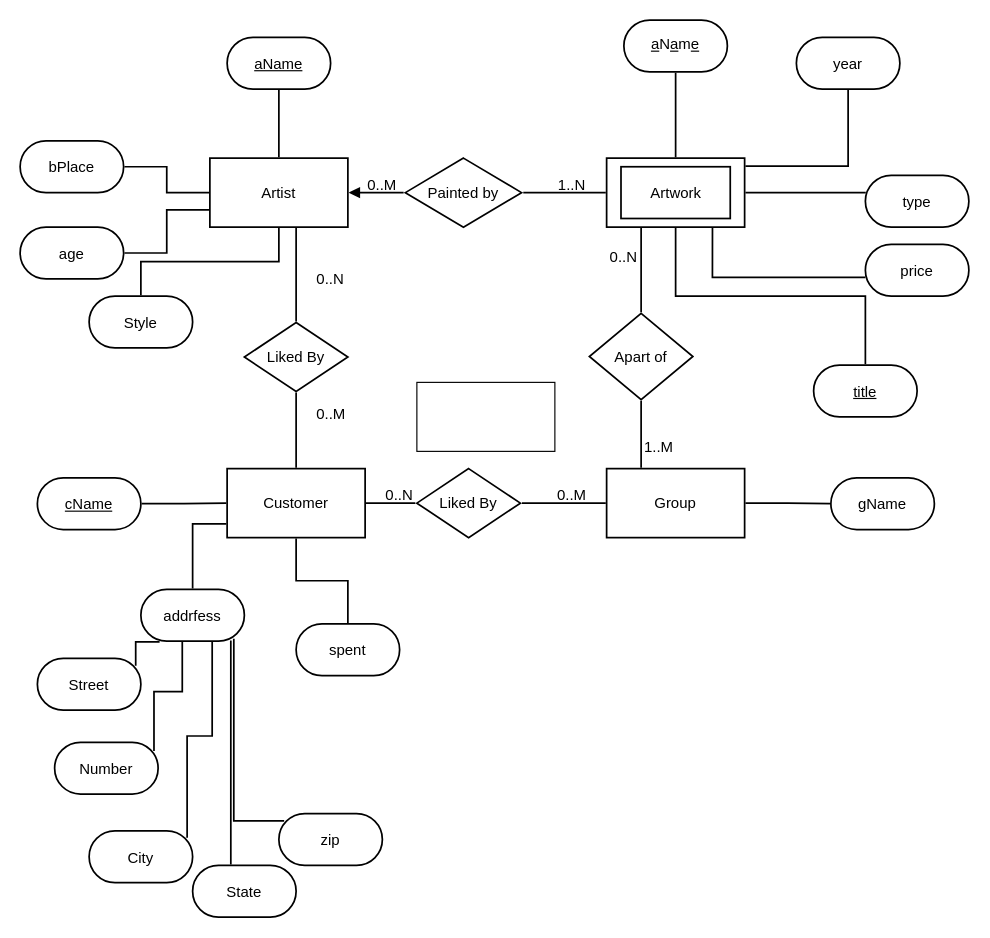
Earlier version of the draw.io diagram DBHW2.drawio (charanb2000/dbHW2). Source tidied: cells renumbered, new cells numbered last; positions are measured from the earlier drawing's top-left corner, leaving out a move shared by most shapes. Both pictures are drawn from the tidied source at 115%, with x=0, y=0 at pixel (20, 20).
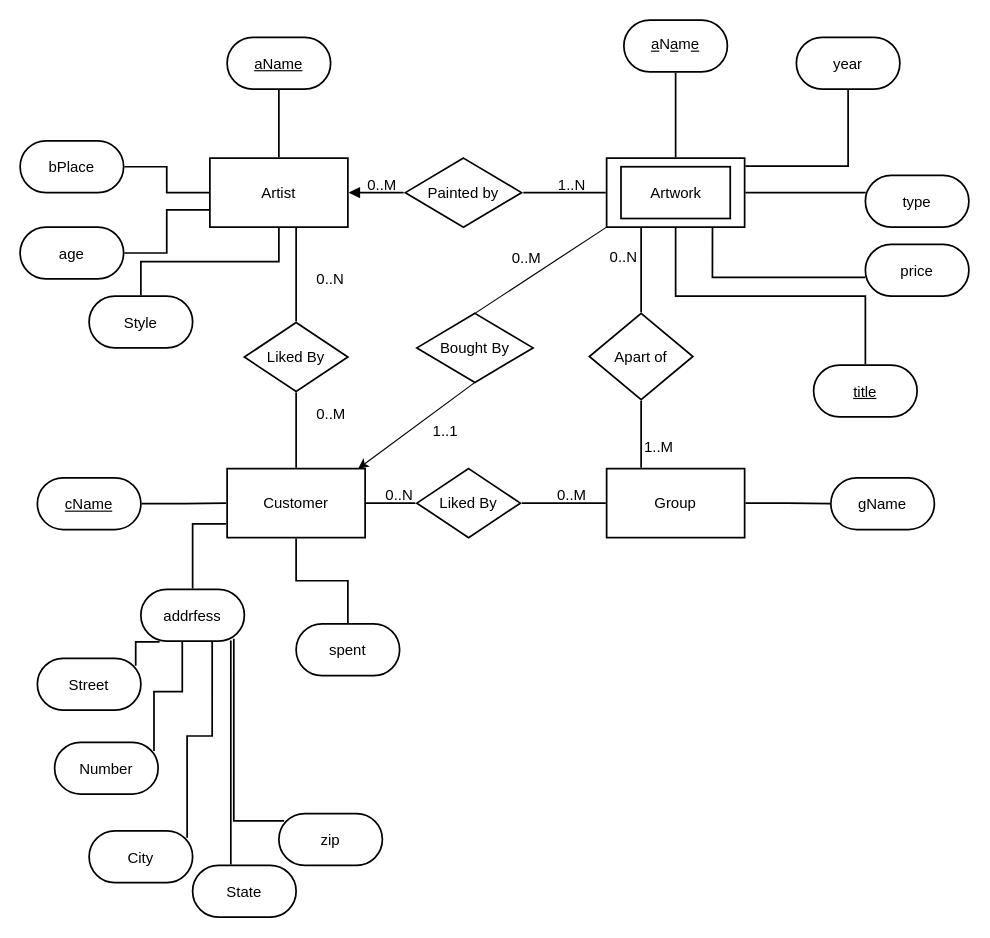
After the change.

Unchanged cells that the change refers to:
```xml
<mxCell id="11" value="Artwork" style="html=1;overflow=block;blockSpacing=1;whiteSpace=wrap;whiteSpace=wrap;fontSize=13;fontColor=#000000;spacing=9;strokeOpacity=100;strokeWidth=1.5;" parent="1" vertex="1">
  <mxGeometry x="510" y="120" width="120" height="60" as="geometry" />
</mxCell>
<mxCell id="25" value="Customer" style="html=1;overflow=block;blockSpacing=1;whiteSpace=wrap;whiteSpace=wrap;fontSize=13;fontColor=#000000;spacing=9;strokeOpacity=100;strokeWidth=1.5;" parent="1" vertex="1">
  <mxGeometry x="180" y="390" width="120" height="60" as="geometry" />
</mxCell>
```

The edit, as a diff of the source:
```diff
@@
-    <mxCell id="62" style="rounded=0;whiteSpace=wrap;html=1;" parent="1" vertex="1">
-      <mxGeometry x="345" y="315" width="120" height="60" as="geometry" />
-    </mxCell>
@@
+    <mxCell id="64" style="rounded=0;jettySize=auto;html=1;exitX=0.5;exitY=0;exitDx=0;exitDy=0;entryX=0;entryY=1;entryDx=0;entryDy=0;startArrow=none;startFill=0;endArrow=none;endFill=0;" parent="1" edge="1" source="65" target="11">
+      <mxGeometry relative="1" as="geometry" />
+    </mxCell>
+    <mxCell id="65" value="Bought By" style="html=1;overflow=block;blockSpacing=1;whiteSpace=wrap;rhombus;whiteSpace=wrap;fontSize=13;fontColor=#000000;spacing=3.8;strokeOpacity=100;strokeWidth=1.5;" parent="1" vertex="1">
+      <mxGeometry x="345" y="255" width="101" height="60" as="geometry" />
+    </mxCell>
+    <mxCell id="66" style="endArrow=none;html=1;exitX=0.95;exitY=0;exitDx=0;exitDy=0;exitPerimeter=0;entryX=0.5;entryY=1;entryDx=0;entryDy=0;startArrow=classic;startFill=1;" parent="1" edge="1" source="25" target="65">
+      <mxGeometry relative="1" as="geometry" />
+    </mxCell>
+    <mxCell id="67" value="1..1" style="html=1;overflow=block;blockSpacing=1;whiteSpace=wrap;whiteSpace=wrap;fontSize=13;fontColor=#000000;spacing=3.8;strokeOpacity=0;fillOpacity=0;fillColor=#ffffff;strokeWidth=1.5;" parent="1" vertex="1">
+      <mxGeometry x="355" y="345" width="30" height="23" as="geometry" />
+    </mxCell>
+    <mxCell id="68" value="0..M" style="html=1;overflow=block;blockSpacing=1;whiteSpace=wrap;whiteSpace=wrap;fontSize=13;fontColor=#000000;spacing=3.8;strokeOpacity=0;fillOpacity=0;fillColor=#ffffff;strokeWidth=1.5;" parent="1" vertex="1">
+      <mxGeometry x="425" y="195" width="30" height="23" as="geometry" />
+    </mxCell>
```
